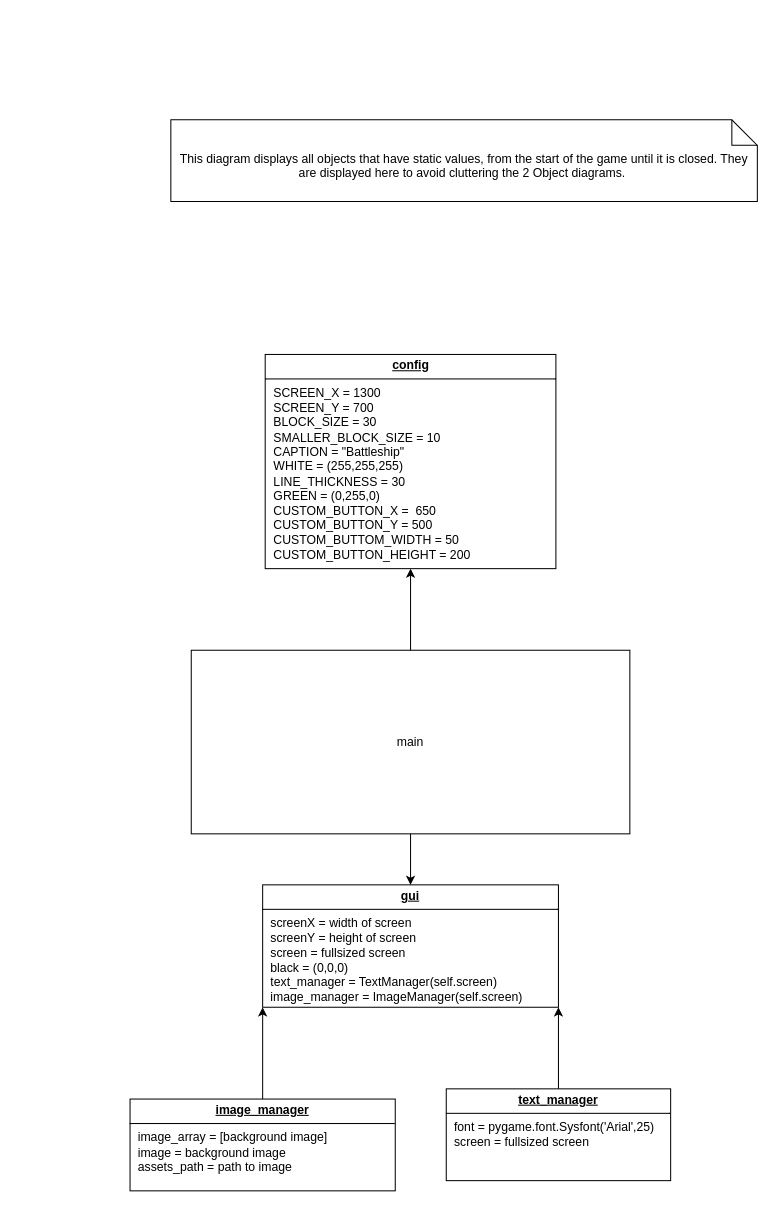
Earlier version of the draw.io diagram Diagrams/Static objects.drawio (SummitBattle/EF-INF). Source tidied: cells renumbered, new cells numbered last; positions are measured from the earlier drawing's top-left corner, leaving out a move shared by most shapes. Both pictures are drawn from the tidied source at 102%, with x=0, y=0 at pixel (130, 119).
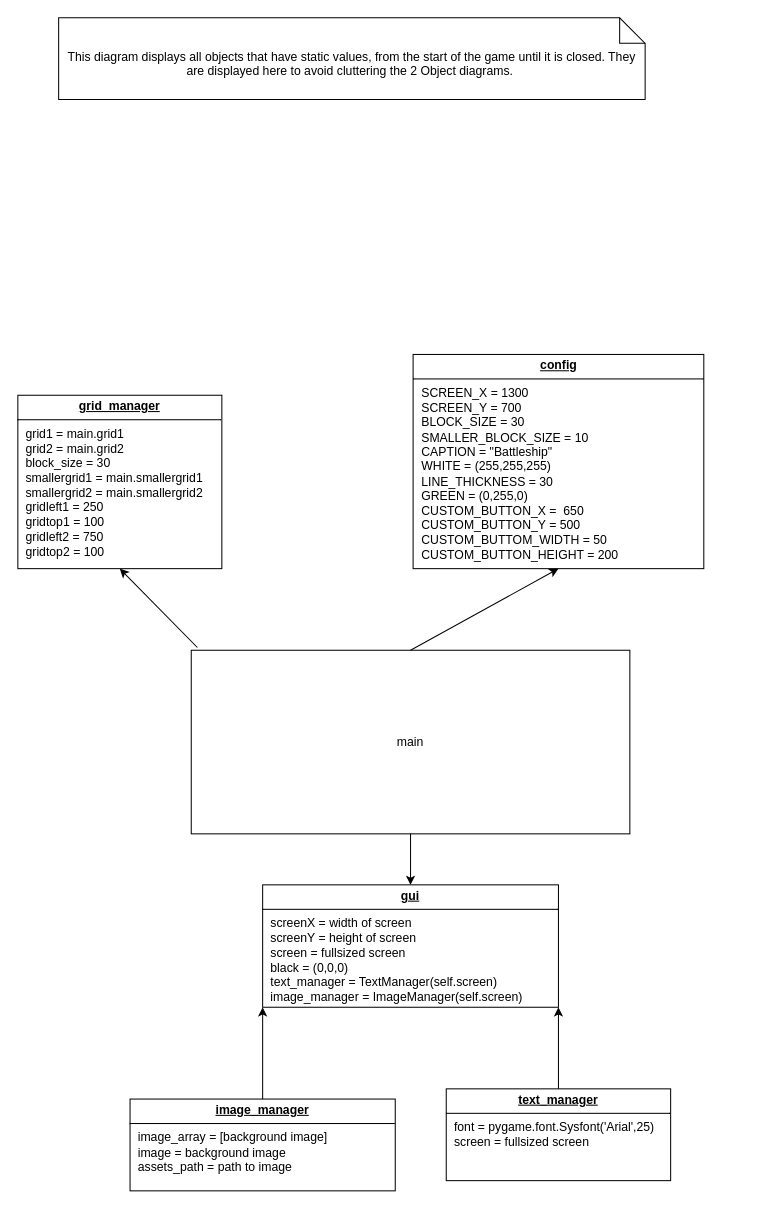
The same diagram, later.

The edit, as a diff of the source:
```diff
@@
 <mxGraphModel>
   <root>
     <mxCell id="0" />
     <mxCell id="1" parent="0" />
     <mxCell id="2" value="main" style="rounded=0;whiteSpace=wrap;html=1;" parent="1" vertex="1">
       <mxGeometry x="60" y="520" width="430" height="180" as="geometry" />
     </mxCell>
     <mxCell id="3" value="&lt;p style=&quot;margin:0px;margin-top:4px;text-align:center;text-decoration:underline;&quot;&gt;&lt;b&gt;gui&lt;/b&gt;&lt;/p&gt;&lt;hr size=&quot;1&quot; style=&quot;border-style:solid;&quot;&gt;&lt;p style=&quot;margin:0px;margin-left:8px;&quot;&gt;screenX = width of screen&lt;/p&gt;&lt;p style=&quot;margin:0px;margin-left:8px;&quot;&gt;screenY = height of screen&lt;/p&gt;&lt;p style=&quot;margin:0px;margin-left:8px;&quot;&gt;screen = fullsized screen&lt;/p&gt;&lt;p style=&quot;margin:0px;margin-left:8px;&quot;&gt;black = (0,0,0)&lt;/p&gt;&lt;p style=&quot;margin:0px;margin-left:8px;&quot;&gt;text_manager = TextManager(self.screen)&lt;/p&gt;&lt;p style=&quot;margin:0px;margin-left:8px;&quot;&gt;image_manager = ImageManager(self.screen)&lt;/p&gt;" style="verticalAlign=top;align=left;overflow=fill;html=1;whiteSpace=wrap;" parent="1" vertex="1">
       <mxGeometry x="130" y="750" width="290" height="120" as="geometry" />
     </mxCell>
     <mxCell id="4" value="&lt;p style=&quot;margin:0px;margin-top:4px;text-align:center;text-decoration:underline;&quot;&gt;&lt;b&gt;image_manager&lt;/b&gt;&lt;/p&gt;&lt;hr size=&quot;1&quot; style=&quot;border-style:solid;&quot;&gt;&lt;p style=&quot;margin:0px;margin-left:8px;&quot;&gt;image_array = [background image]&lt;/p&gt;&lt;p style=&quot;margin:0px;margin-left:8px;&quot;&gt;image = background image&lt;/p&gt;&lt;p style=&quot;margin:0px;margin-left:8px;&quot;&gt;assets_path = path to image&lt;/p&gt;&lt;p style=&quot;margin:0px;margin-left:8px;&quot;&gt;&lt;br&gt;&lt;/p&gt;&lt;p style=&quot;margin:0px;margin-left:8px;&quot;&gt;&lt;br&gt;&lt;/p&gt;" style="verticalAlign=top;align=left;overflow=fill;html=1;whiteSpace=wrap;" parent="1" vertex="1">
       <mxGeometry y="960" width="260" height="90" as="geometry" />
     </mxCell>
     <mxCell id="5" value="&lt;p style=&quot;margin:0px;margin-top:4px;text-align:center;text-decoration:underline;&quot;&gt;&lt;b&gt;text_manager&lt;/b&gt;&lt;/p&gt;&lt;hr size=&quot;1&quot; style=&quot;border-style:solid;&quot;&gt;&lt;p style=&quot;margin:0px;margin-left:8px;&quot;&gt;font = pygame.font.Sysfont('Arial',25)&lt;/p&gt;&lt;p style=&quot;margin:0px;margin-left:8px;&quot;&gt;screen = fullsized screen&lt;/p&gt;&lt;p style=&quot;margin:0px;margin-left:8px;&quot;&gt;&lt;br&gt;&lt;/p&gt;" style="verticalAlign=top;align=left;overflow=fill;html=1;whiteSpace=wrap;" parent="1" vertex="1">
       <mxGeometry x="310" y="950" width="220" height="90" as="geometry" />
     </mxCell>
     <mxCell id="6" value="&lt;p style=&quot;margin:0px;margin-top:4px;text-align:center;text-decoration:underline;&quot;&gt;&lt;b&gt;config&lt;/b&gt;&lt;/p&gt;&lt;hr size=&quot;1&quot; style=&quot;border-style:solid;&quot;&gt;&lt;p style=&quot;margin:0px;margin-left:8px;&quot;&gt;SCREEN_X = 1300&lt;/p&gt;&lt;p style=&quot;margin:0px;margin-left:8px;&quot;&gt;SCREEN_Y = 700&lt;/p&gt;&lt;p style=&quot;margin:0px;margin-left:8px;&quot;&gt;BLOCK_SIZE = 30&lt;/p&gt;&lt;p style=&quot;margin:0px;margin-left:8px;&quot;&gt;SMALLER_BLOCK_SIZE = 10&lt;/p&gt;&lt;p style=&quot;margin:0px;margin-left:8px;&quot;&gt;CAPTION = &quot;Battleship&quot;&lt;/p&gt;&lt;p style=&quot;margin:0px;margin-left:8px;&quot;&gt;WHITE = (255,255,255)&lt;/p&gt;&lt;p style=&quot;margin:0px;margin-left:8px;&quot;&gt;LINE_THICKNESS = 30&lt;/p&gt;&lt;p style=&quot;margin:0px;margin-left:8px;&quot;&gt;GREEN = (0,255,0)&lt;/p&gt;&lt;p style=&quot;margin:0px;margin-left:8px;&quot;&gt;CUSTOM_BUTTON_X =&amp;nbsp; 650&lt;/p&gt;&lt;p style=&quot;margin:0px;margin-left:8px;&quot;&gt;CUSTOM_BUTTON_Y = 500&lt;/p&gt;&lt;p style=&quot;margin:0px;margin-left:8px;&quot;&gt;CUSTOM_BUTTOM_WIDTH = 50&lt;/p&gt;&lt;p style=&quot;margin:0px;margin-left:8px;&quot;&gt;CUSTOM_BUTTON_HEIGHT = 200&lt;/p&gt;&lt;p style=&quot;margin:0px;margin-left:8px;&quot;&gt;&lt;br&gt;&lt;/p&gt;&lt;p style=&quot;margin:0px;margin-left:8px;&quot;&gt;&lt;span style=&quot;background-color: rgb(43, 43, 43); color: rgb(169, 183, 198); font-family: &amp;quot;JetBrains Mono&amp;quot;, monospace; font-size: 9.8pt;&quot;&gt;&lt;br&gt;&lt;/span&gt;&lt;/p&gt;&lt;p style=&quot;margin:0px;margin-left:8px;&quot;&gt;&lt;br&gt;&lt;/p&gt;" style="verticalAlign=top;align=left;overflow=fill;html=1;whiteSpace=wrap;" parent="1" vertex="1">
-      <mxGeometry x="132.5" y="230" width="285" height="210" as="geometry" />
+      <mxGeometry x="277.5" y="230" width="285" height="210" as="geometry" />
     </mxCell>
     <mxCell id="7" value="This diagram displays all objects that have static values, from the start of the game until it is closed. They are displayed here to avoid cluttering the 2 Object diagrams.&amp;nbsp;" style="shape=note2;boundedLbl=1;whiteSpace=wrap;html=1;size=25;verticalAlign=top;align=center;" parent="1" vertex="1">
-      <mxGeometry x="40" width="575" height="80" as="geometry" />
+      <mxGeometry x="-70" y="-100" width="575" height="80" as="geometry" />
     </mxCell>
     <mxCell id="8" style="endArrow=classic;html=1;rounded=0;exitX=0.5;exitY=0;exitDx=0;exitDy=0;entryX=0.5;entryY=1;entryDx=0;entryDy=0;" parent="1" edge="1" source="2" target="6">
       <mxGeometry relative="1" as="geometry" />
     </mxCell>
     <mxCell id="9" style="endArrow=classic;html=1;rounded=0;entryX=0.5;entryY=0;entryDx=0;entryDy=0;exitX=0.5;exitY=1;exitDx=0;exitDy=0;" parent="1" edge="1" source="2" target="3">
       <mxGeometry relative="1" as="geometry" />
     </mxCell>
     <mxCell id="10" style="endArrow=classic;html=1;rounded=0;exitX=0.5;exitY=0;exitDx=0;exitDy=0;entryX=0;entryY=1;entryDx=0;entryDy=0;" parent="1" edge="1" source="4" target="3">
       <mxGeometry relative="1" as="geometry" />
     </mxCell>
     <mxCell id="11" style="endArrow=classic;html=1;rounded=0;entryX=1;entryY=1;entryDx=0;entryDy=0;exitX=0.5;exitY=0;exitDx=0;exitDy=0;" parent="1" edge="1" source="5" target="3">
       <mxGeometry relative="1" as="geometry" />
     </mxCell>
+    <mxCell id="12" value="&lt;p style=&quot;margin:0px;margin-top:4px;text-align:center;text-decoration:underline;&quot;&gt;&lt;b&gt;grid_manager&lt;/b&gt;&lt;/p&gt;&lt;hr size=&quot;1&quot; style=&quot;border-style:solid;&quot;&gt;&lt;p style=&quot;margin:0px;margin-left:8px;&quot;&gt;grid1 = main.grid1&lt;/p&gt;&lt;p style=&quot;margin:0px;margin-left:8px;&quot;&gt;grid2 = main.grid2&lt;/p&gt;&lt;p style=&quot;margin:0px;margin-left:8px;&quot;&gt;block_size = 30&lt;/p&gt;&lt;p style=&quot;margin:0px;margin-left:8px;&quot;&gt;smallergrid1 = main.smallergrid1&lt;/p&gt;&lt;p style=&quot;margin:0px;margin-left:8px;&quot;&gt;smallergrid2 = main.smallergrid2&lt;/p&gt;&lt;p style=&quot;margin:0px;margin-left:8px;&quot;&gt;gridleft1 = 250&lt;/p&gt;&lt;p style=&quot;margin:0px;margin-left:8px;&quot;&gt;gridtop1 = 100&lt;/p&gt;&lt;p style=&quot;margin:0px;margin-left:8px;&quot;&gt;gridleft2 = 750&lt;/p&gt;&lt;p style=&quot;margin:0px;margin-left:8px;&quot;&gt;gridtop2 = 100&lt;/p&gt;&lt;p style=&quot;margin:0px;margin-left:8px;&quot;&gt;&lt;br&gt;&lt;/p&gt;" style="verticalAlign=top;align=left;overflow=fill;html=1;whiteSpace=wrap;" parent="1" vertex="1">
+      <mxGeometry x="-110" y="270" width="200" height="170" as="geometry" />
+    </mxCell>
+    <mxCell id="13" style="endArrow=classic;html=1;rounded=0;exitX=0.014;exitY=-0.015;exitDx=0;exitDy=0;exitPerimeter=0;entryX=0.5;entryY=1;entryDx=0;entryDy=0;" parent="1" edge="1" source="2" target="12">
+      <mxGeometry relative="1" as="geometry" />
+    </mxCell>
   </root>
 </mxGraphModel>
```
